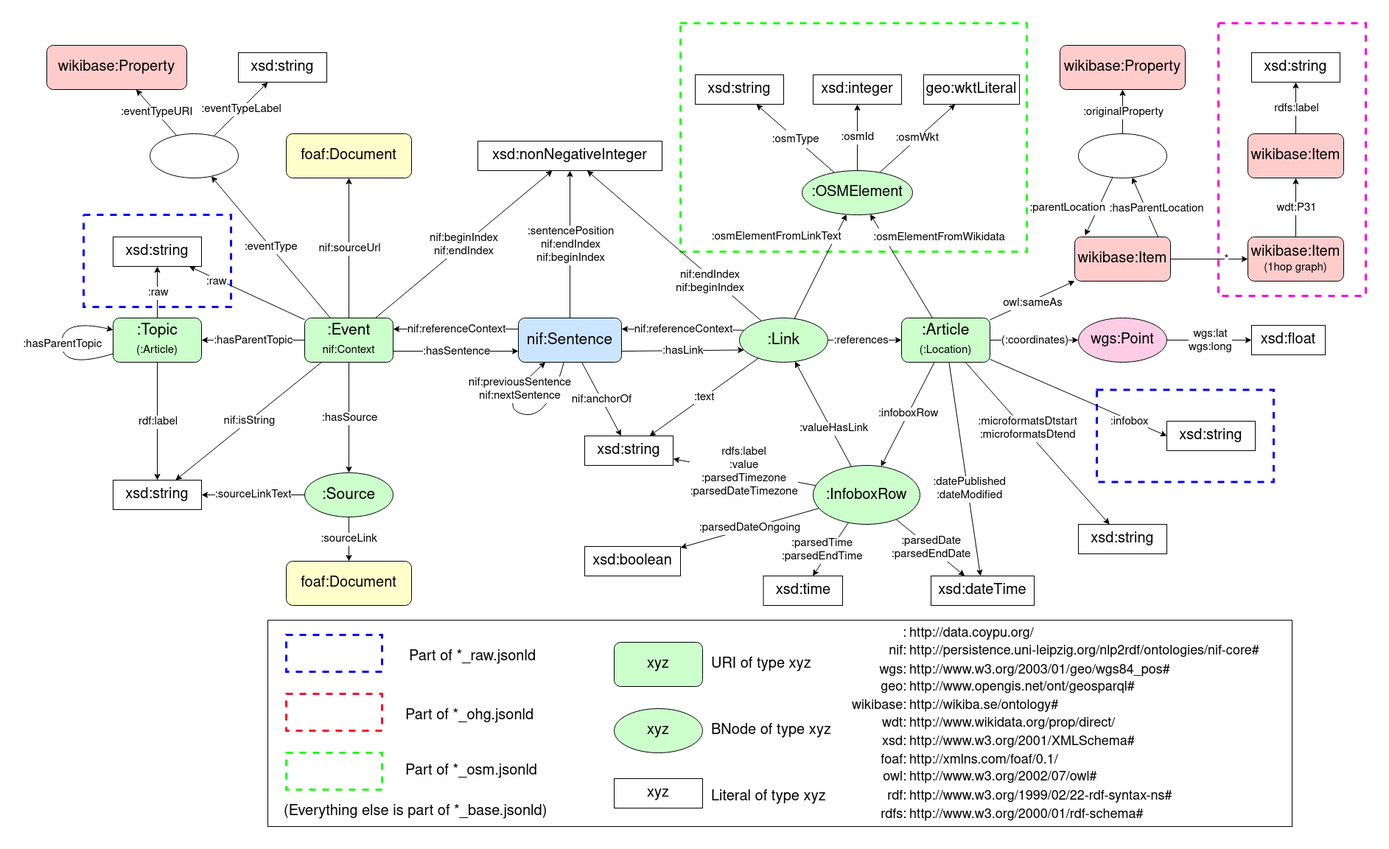
Above: Schema.drawio.png in semantic-systems/coypu-wiki-events (draw.io), before the change. Source tidied: cells renumbered, new cells last; positions are measured from the earlier drawing's top-left corner, leaving out a move shared by most shapes.
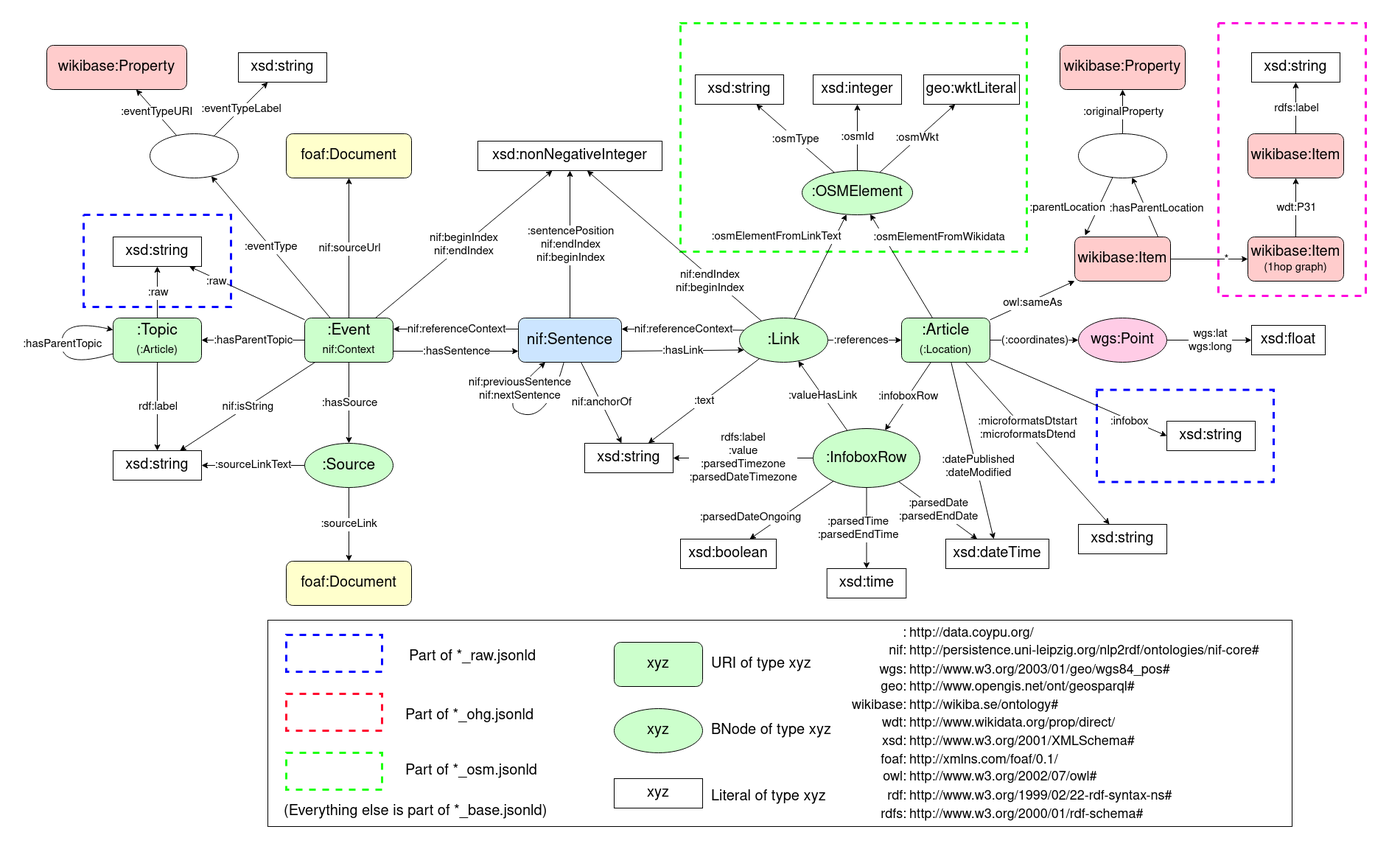
The same diagram one commit later.

Diff of the diagram source:
```diff
@@ -109,15 +109,18 @@
     <mxCell id="34" value="owl:sameAs" style="edgeStyle=none;rounded=0;jettySize=auto;html=1;fontSize=15;" parent="1" edge="1" source="38" target="80">
       <mxGeometry x="-0.02" y="-4" relative="1" as="geometry" />
     </mxCell>
-    <mxCell id="35" value=":infoboxRow" style="edgeStyle=none;rounded=0;jettySize=auto;html=1;fontSize=15;" parent="1" edge="1" source="38" target="91">
-      <mxGeometry relative="1" as="geometry" />
-    </mxCell>
     <mxCell id="36" style="rounded=0;jettySize=auto;html=1;" parent="1" edge="1" source="38" target="147">
       <mxGeometry relative="1" as="geometry" />
     </mxCell>
     <mxCell id="37" value="&lt;div&gt;&lt;font style=&quot;font-size: 15px;&quot;&gt;:datePublished&lt;/font&gt;&lt;/div&gt;&lt;div&gt;&lt;font style=&quot;font-size: 15px;&quot;&gt;:dateModified&lt;br&gt;&lt;/font&gt;&lt;/div&gt;" style="edgeLabel;html=1;align=center;verticalAlign=middle;" parent="36" vertex="1">
       <mxGeometry x="0.19" y="2" relative="1" as="geometry" />
     </mxCell>
+    <mxCell id="175" style="rounded=0;jettySize=auto;html=1;" parent="1" edge="1" source="38" target="91">
+      <mxGeometry relative="1" as="geometry" />
+    </mxCell>
+    <mxCell id="35" value=":infoboxRow" style="edgeLabel;html=1;align=center;verticalAlign=middle;fontSize=15;" parent="175" vertex="1">
+      <mxGeometry relative="1" as="geometry" />
+    </mxCell>
     <mxCell id="38" value="&lt;div style=&quot;font-size: 21px;&quot;&gt;:Article&lt;/div&gt;&lt;div style=&quot;font-size: 21px;&quot;&gt;&lt;font style=&quot;font-size: 15px;&quot;&gt;(:Location)&lt;/font&gt;&lt;br&gt;&lt;/div&gt;" style="rounded=1;whiteSpace=wrap;html=1;labelBackgroundColor=none;fontFamily=Helvetica;fontSize=15;fontColor=default;fillColor=#CCFFCC;gradientColor=none;" parent="1" vertex="1">
       <mxGeometry x="1160" y="400" width="120" height="60" as="geometry" />
     </mxCell>
@@ -173,13 +176,13 @@
       <mxGeometry relative="1" as="geometry" />
     </mxCell>
     <mxCell id="52" value="&lt;font style=&quot;font-size: 20px;&quot;&gt;xsd:string&lt;/font&gt;" style="rounded=0;whiteSpace=wrap;html=1;labelBackgroundColor=default;fontFamily=Helvetica;fontSize=15;fontColor=default;fillColor=none;gradientColor=none;" parent="1" vertex="1">
-      <mxGeometry x="90" y="620" width="120" height="40" as="geometry" />
+      <mxGeometry x="90" y="580" width="120" height="40" as="geometry" />
     </mxCell>
     <mxCell id="53" value="&lt;font style=&quot;font-size: 20px;&quot;&gt;xsd:float&lt;/font&gt;" style="rounded=0;whiteSpace=wrap;html=1;labelBackgroundColor=default;fontFamily=Helvetica;fontSize=15;fontColor=default;fillColor=none;gradientColor=none;" parent="1" vertex="1">
       <mxGeometry x="1635" y="410" width="100" height="40" as="geometry" />
     </mxCell>
     <mxCell id="54" value="&lt;font style=&quot;font-size: 20px;&quot;&gt;xsd:string&lt;/font&gt;" style="rounded=0;whiteSpace=wrap;html=1;labelBackgroundColor=default;fontFamily=Helvetica;fontSize=15;fontColor=default;fillColor=none;gradientColor=none;" parent="1" vertex="1">
-      <mxGeometry x="730" y="560" width="120" height="40" as="geometry" />
+      <mxGeometry x="730" y="570" width="120" height="40" as="geometry" />
     </mxCell>
     <mxCell id="55" style="edgeStyle=none;rounded=0;jettySize=auto;html=1;fontFamily=Helvetica;fontSize=20;fontColor=default;endArrow=classic;endFill=1;" parent="1" edge="1" source="13" target="52">
       <mxGeometry relative="1" as="geometry" />
@@ -209,7 +212,7 @@
       <mxGeometry relative="1" as="geometry" />
     </mxCell>
     <mxCell id="64" value="&lt;div style=&quot;font-size: 21px;&quot;&gt;:Source&lt;/div&gt;" style="ellipse;whiteSpace=wrap;html=1;labelBackgroundColor=none;fontFamily=Helvetica;fontSize=15;fontColor=default;fillColor=#CCFFCC;gradientColor=none;" parent="1" vertex="1">
-      <mxGeometry x="350" y="610" width="120" height="60" as="geometry" />
+      <mxGeometry x="350" y="570" width="120" height="60" as="geometry" />
     </mxCell>
     <mxCell id="65" style="edgeStyle=none;rounded=0;jettySize=auto;html=1;fontFamily=Helvetica;fontSize=15;fontColor=default;endArrow=classic;endFill=1;entryX=1;entryY=0.25;entryDx=0;entryDy=0;exitX=0;exitY=0.25;exitDx=0;exitDy=0;" parent="1" edge="1" source="26" target="49">
       <mxGeometry relative="1" as="geometry" />
@@ -275,7 +278,7 @@
       <mxGeometry relative="1" as="geometry" />
     </mxCell>
     <mxCell id="84" value=":valueHasLink" style="edgeLabel;html=1;align=center;verticalAlign=middle;fontSize=15;" parent="83" vertex="1">
-      <mxGeometry x="-0.3" y="-3" relative="1" as="geometry" />
+      <mxGeometry relative="1" as="geometry" />
     </mxCell>
     <mxCell id="85" style="rounded=0;jettySize=auto;html=1;" parent="1" edge="1" source="91" target="146">
       <mxGeometry relative="1" as="geometry" />
@@ -295,10 +298,12 @@
       <mxGeometry relative="1" as="geometry" />
     </mxCell>
     <mxCell id="90" value=":parsedDateOngoing" style="edgeLabel;html=1;align=center;verticalAlign=middle;fontSize=15;" parent="89" vertex="1">
-      <mxGeometry relative="1" as="geometry" />
+      <mxGeometry relative="1" as="geometry">
+        <mxPoint x="-56" y="10" as="offset" />
+      </mxGeometry>
     </mxCell>
     <mxCell id="91" value="&lt;div style=&quot;font-size: 21px;&quot;&gt;&lt;font style=&quot;font-size: 20px;&quot;&gt;:InfoboxRow&lt;/font&gt;&lt;br&gt;&lt;/div&gt;" style="ellipse;whiteSpace=wrap;html=1;labelBackgroundColor=none;fontFamily=Helvetica;fontSize=15;fontColor=default;fillColor=#CCFFCC;gradientColor=none;" parent="1" vertex="1">
-      <mxGeometry x="1040" y="600" width="145" height="80" as="geometry" />
+      <mxGeometry x="1040" y="550" width="145" height="80" as="geometry" />
     </mxCell>
     <mxCell id="92" value="&lt;font style=&quot;font-size: 20px;&quot;&gt;foaf:Document&lt;/font&gt;" style="rounded=1;whiteSpace=wrap;html=1;labelBackgroundColor=none;fontFamily=Helvetica;fontSize=15;fontColor=default;fillColor=#FFFFCC;gradientColor=none;" parent="1" vertex="1">
       <mxGeometry x="325" y="730" width="170" height="60" as="geometry" />
@@ -465,13 +470,13 @@
       <mxGeometry x="99" width="521" height="24" as="geometry" />
     </mxCell>
     <mxCell id="146" value="&lt;font style=&quot;font-size: 20px;&quot;&gt;xsd:time&lt;/font&gt;" style="rounded=0;whiteSpace=wrap;html=1;labelBackgroundColor=default;fontFamily=Helvetica;fontSize=15;fontColor=default;fillColor=none;gradientColor=none;" parent="1" vertex="1">
-      <mxGeometry x="972.5" y="750" width="107.5" height="40" as="geometry" />
+      <mxGeometry x="1058.8" y="740" width="107.5" height="40" as="geometry" />
     </mxCell>
     <mxCell id="147" value="&lt;font style=&quot;font-size: 20px;&quot;&gt;xsd:dateTime&lt;/font&gt;" style="rounded=0;whiteSpace=wrap;html=1;labelBackgroundColor=default;fontFamily=Helvetica;fontSize=15;fontColor=default;fillColor=none;gradientColor=none;" parent="1" vertex="1">
-      <mxGeometry x="1200" y="750" width="140" height="40" as="geometry" />
+      <mxGeometry x="1220" y="700" width="140" height="40" as="geometry" />
     </mxCell>
     <mxCell id="148" value="&lt;font style=&quot;font-size: 20px;&quot;&gt;xsd:boolean&lt;/font&gt;" style="rounded=0;whiteSpace=wrap;html=1;labelBackgroundColor=default;fontFamily=Helvetica;fontSize=15;fontColor=default;fillColor=none;gradientColor=none;" parent="1" vertex="1">
-      <mxGeometry x="730" y="710" width="130" height="40" as="geometry" />
+      <mxGeometry x="860" y="700" width="130" height="40" as="geometry" />
     </mxCell>
     <mxCell id="149" style="edgeStyle=none;rounded=0;jettySize=auto;html=1;fontSize=15;" parent="1" edge="1" source="153" target="154">
       <mxGeometry relative="1" as="geometry" />
```
